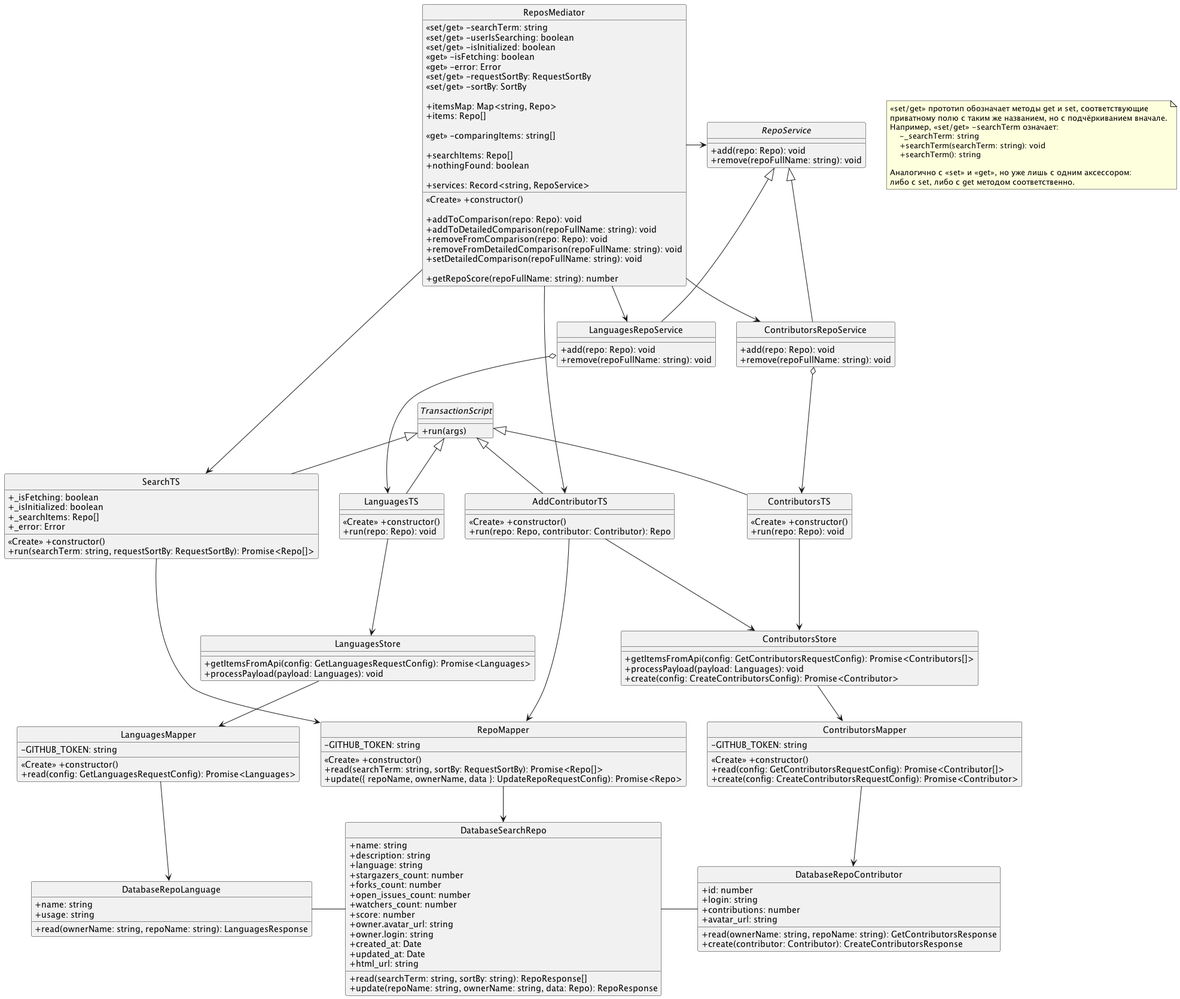
Before: docs/Classes_diagram.png, a diagram exported from PlantUML (RepoAnalyzer/repolier-frontend).
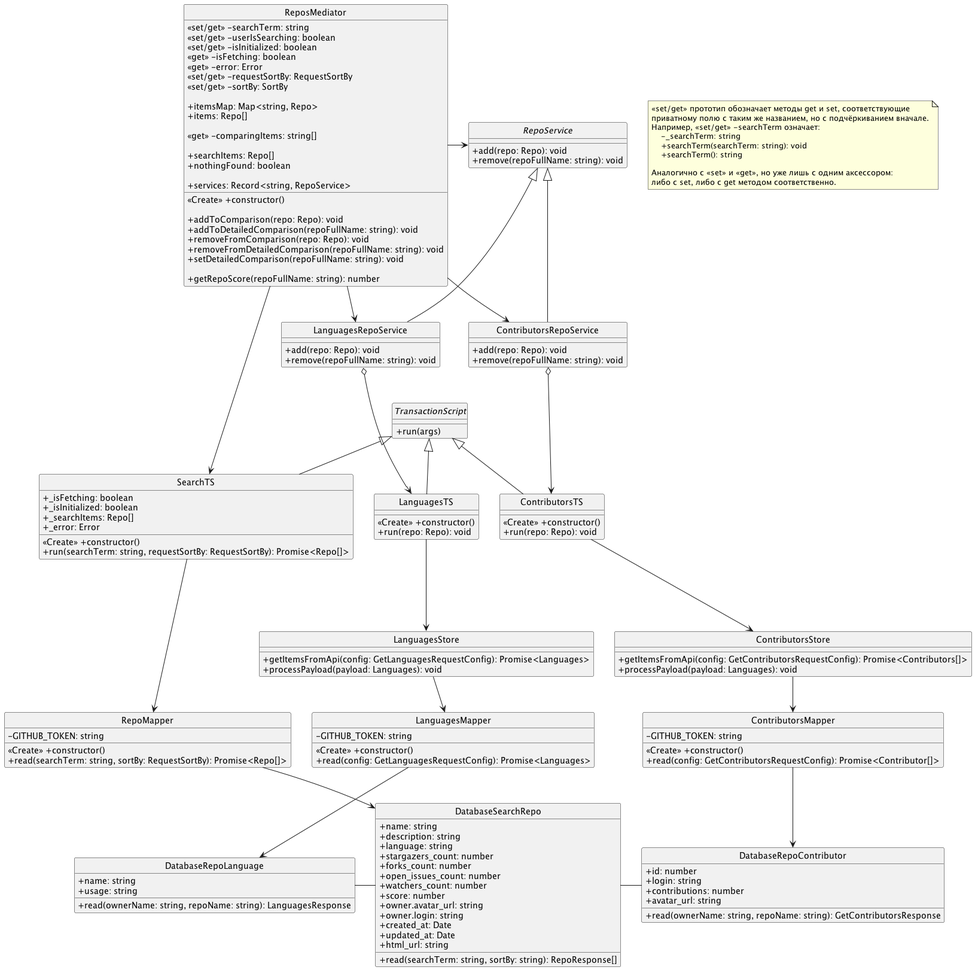
After the commit.

Commit message:
docs(Classes_diagram): removed addContributor

Diff of the diagram source:
```diff
@@ -97,12 +97,6 @@
         +run(repo: Repo): void
     }
     TransactionScript <|-- ContributorsTS
-    class AddContributorTS {
-        <<Create>> +constructor()
-        +run(repo: Repo, contributor: Contributor): Repo
-    }
-    ReposMediator ----> AddContributorTS
-    TransactionScript <|-- AddContributorTS
     ContributorsRepoService o---> ContributorsTS
 
     class LanguagesStore {
@@ -116,12 +110,9 @@
     class ContributorsStore {
         +getItemsFromApi(config: GetContributorsRequestConfig): Promise<Contributors[]>
         +processPayload(payload: Languages): void
-        +create(config: CreateContributorsConfig): Promise<Contributor>
     }
 
     ContributorsTS ---> ContributorsStore
-    AddContributorTS ---> ContributorsStore
-    AddContributorTS ----> RepoMapper
 
     LanguagesStore --> LanguagesMapper
     class LanguagesMapper {
@@ -137,7 +128,6 @@
 
         <<Create>> +constructor()
         +read(searchTerm: string, sortBy: RequestSortBy): Promise<Repo[]>
-        +update({ repoName, ownerName, data }: UpdateRepoRequestConfig): Promise<Repo>
     }
     RepoMapper -> DatabaseSearchRepo
 
@@ -147,7 +137,6 @@
 
         <<Create>> +constructor()
         +read(config: GetContributorsRequestConfig): Promise<Contributor[]>
-        +create(config: CreateContributorsRequestConfig): Promise<Contributor>
     }
     ContributorsMapper --> DatabaseRepoContributor
 
@@ -157,7 +146,6 @@
         +contributions: number
         +avatar_url: string
         +read(ownerName: string, repoName: string): GetContributorsResponse
-        +create(contributor: Contributor): CreateContributorsResponse
     }
     DatabaseRepoContributor -left- DatabaseSearchRepo
 
@@ -177,7 +165,6 @@
         +html_url: string
 
         +read(searchTerm: string, sortBy: string): RepoResponse[]
-        +update(repoName: string, ownerName: string, data: Repo): RepoResponse
     }
 
     LanguagesMapper --> DatabaseRepoLanguage
```
